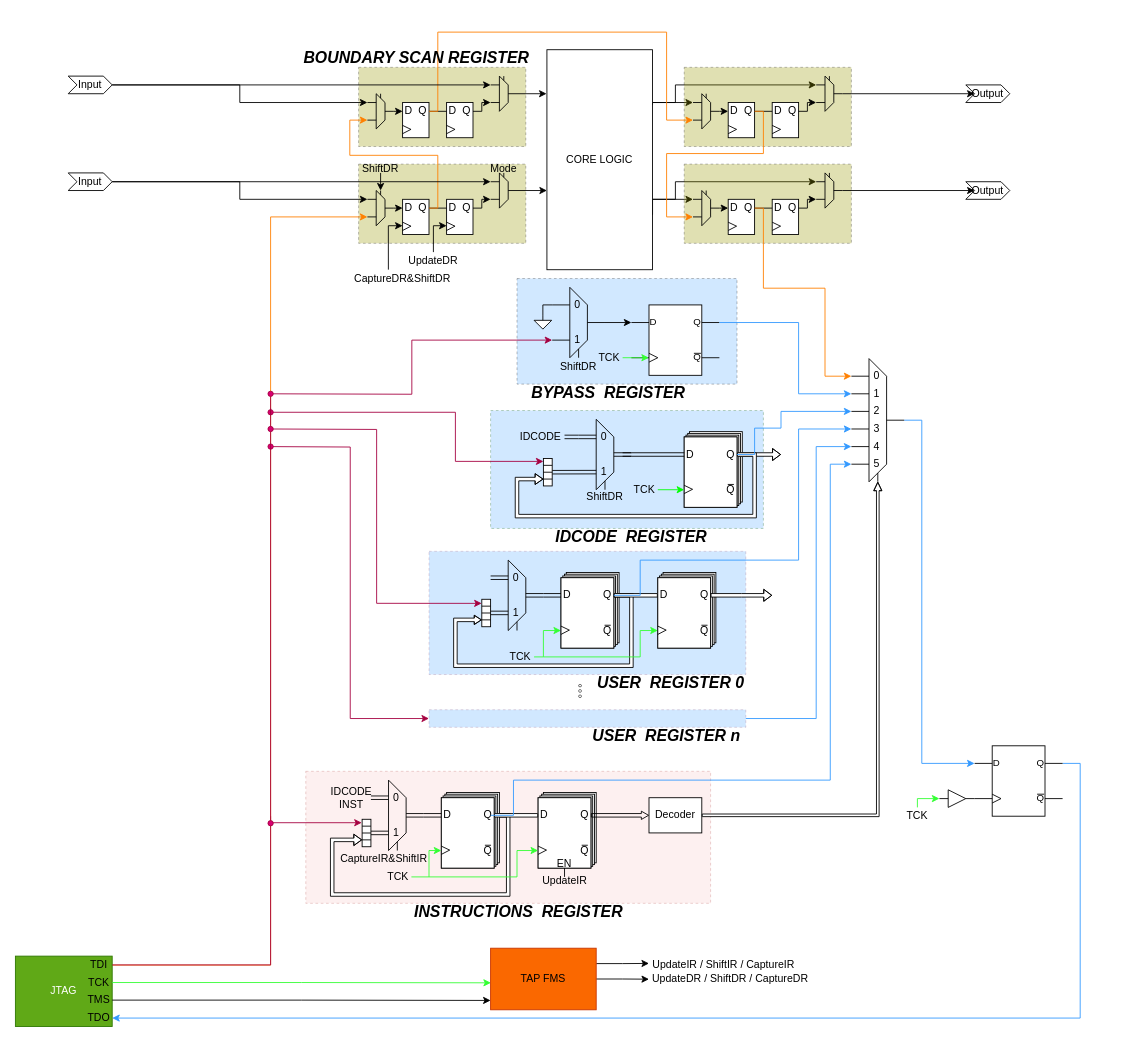
The draw.io diagram JTAG.drawio in Verdvana/JTAG, before the edit. Source tidied: cells renumbered, new cells numbered last; positions are measured from the earlier drawing's top-left corner, leaving out a move shared by most shapes. Both pictures are drawn from the tidied source at 88%, with x=0, y=0 at pixel (15, 32).
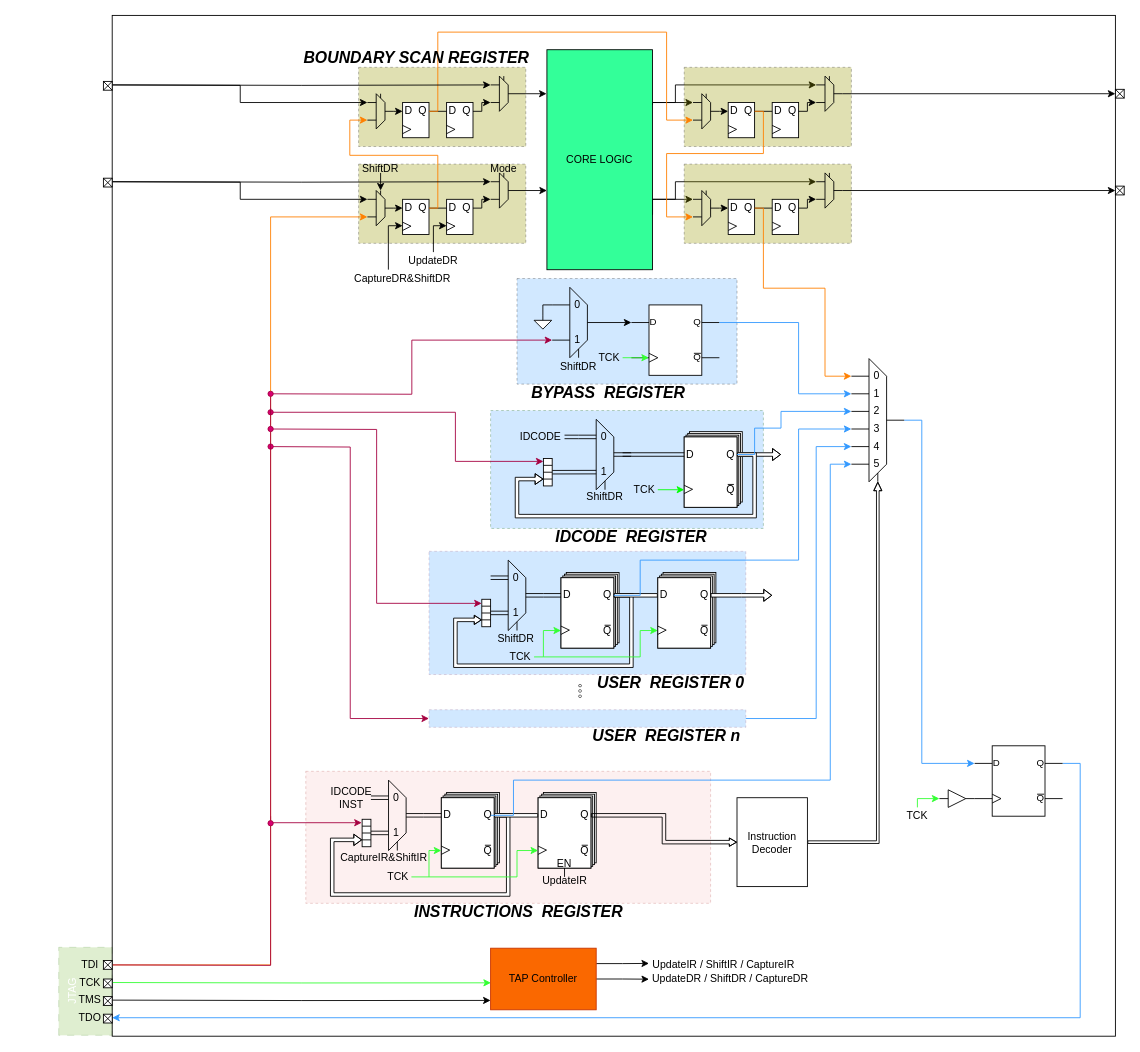
The same page after the edit.

Unchanged cells that the change refers to:
```xml
<mxCell id="159" style="verticalLabelPosition=bottom;shadow=0;dashed=0;align=center;html=1;verticalAlign=top;shape=mxgraph.electrical.logic_gates.d_type_flip-flop;" parent="1" vertex="1">
  <mxGeometry x="1090" y="811" width="100" height="80" as="geometry" />
</mxCell>
<mxCell id="183" style="group;" parent="1" vertex="1">
  <mxGeometry x="540" y="160" width="30" height="40" as="geometry" />
</mxCell>
<mxCell id="193" style="group;" parent="1" vertex="1">
  <mxGeometry x="400" y="180" width="30" height="40" as="geometry" />
</mxCell>
<mxCell id="216" style="group;" parent="1" vertex="1">
  <mxGeometry x="540" y="50" width="30" height="40" as="geometry" />
</mxCell>
<mxCell id="226" style="group;" parent="1" vertex="1">
  <mxGeometry x="400" y="70" width="30" height="40" as="geometry" />
</mxCell>
<mxCell id="257" style="group;" parent="1" vertex="1">
  <mxGeometry x="910" y="160" width="30" height="40" as="geometry" />
</mxCell>
<mxCell id="293" style="group;" parent="1" vertex="1">
  <mxGeometry x="910" y="50" width="30" height="40" as="geometry" />
</mxCell>
<mxCell id="374" style="ellipse;whiteSpace=wrap;html=1;fillColor=#d80073;fontColor=#ffffff;strokeColor=#A50040;" parent="1" vertex="1">
  <mxGeometry x="287" y="896" width="6" height="6" as="geometry" />
</mxCell>
```

What changed in the source:
```diff
@@
+    <mxCell id="157" value="JTAG&lt;div&gt;&lt;br&gt;&lt;/div&gt;&lt;div&gt;&lt;br&gt;&lt;/div&gt;" style="rounded=0;whiteSpace=wrap;html=1;points=[[0,0,0,0,0],[0,0.25,0,0,0],[0,0.5,0,0,0],[0,0.75,0,0,0],[0,1,0,0,0],[0.25,0,0,0,0],[0.25,1,0,0,0],[0.5,0,0,0,0],[0.5,1,0,0,0],[0.75,0,0,0,0],[0.75,1,0,0,0],[1,0,0,0,0],[1,0.14,0,0,-1],[1,0.38,0,0,-1],[1,0.64,0,0,-1],[1,0.88,0,0,0],[1,1,0,0,0]];fillColor=#60a917;fontColor=#ffffff;strokeColor=#2D7600;dashed=1;dashPattern=8 8;opacity=20;rotation=-90;" parent="1" vertex="1">
+      <mxGeometry x="29.6" y="1059.6" width="100" height="60.8" as="geometry" />
+    </mxCell>
+    <mxCell id="394" style="rounded=0;whiteSpace=wrap;html=1;fillColor=none;" parent="1" vertex="1">
+      <mxGeometry x="110" y="-19" width="1140" height="1160" as="geometry" />
+    </mxCell>
@@
-    <mxCell id="147" value="TAP FMS" style="rounded=0;whiteSpace=wrap;html=1;fillColor=#fa6800;strokeColor=#C73500;fontColor=#000000;" parent="1" vertex="1">
+    <mxCell id="147" value="TAP Controller" style="rounded=0;whiteSpace=wrap;html=1;fillColor=#fa6800;strokeColor=#C73500;fontColor=#000000;" parent="1" vertex="1">
       <mxGeometry x="540" y="1041" width="120" height="70" as="geometry" />
     </mxCell>
@@
-    <mxCell id="151" style="edgeStyle=orthogonalEdgeStyle;rounded=0;jettySize=auto;html=1;entryX=1;entryY=0.88;entryDx=0;entryDy=0;entryPerimeter=0;exitX=1;exitY=0.25;exitDx=0;exitDy=0;exitPerimeter=0;fillColor=#0050ef;strokeColor=#3399FF;" parent="1" edge="1" source="159" target="157">
+    <mxCell id="151" style="edgeStyle=orthogonalEdgeStyle;rounded=0;jettySize=auto;html=1;entryX=1;entryY=0.5;entryDx=0;entryDy=0;exitX=1;exitY=0.25;exitDx=0;exitDy=0;exitPerimeter=0;fillColor=#0050ef;strokeColor=#3399FF;" parent="1" edge="1" source="159">
       <mxGeometry relative="1" as="geometry">
+        <mxPoint x="110" y="1120" as="targetPoint" />
         <Array as="points">
           <mxPoint x="1210" y="831" />
           <mxPoint x="1210" y="1120" />
         </Array>
       </mxGeometry>
     </mxCell>
@@
-    <mxCell id="156" style="edgeStyle=orthogonalEdgeStyle;rounded=0;jettySize=auto;html=1;exitX=1;exitY=0.14;exitDx=0;exitDy=-1;exitPerimeter=0;fillColor=#fa6800;strokeColor=#FF8000;entryX=0;entryY=0.75;entryDx=0;entryDy=0;" parent="1" edge="1" source="157" target="193">
+    <mxCell id="156" style="edgeStyle=orthogonalEdgeStyle;rounded=0;jettySize=auto;html=1;exitX=1;exitY=0.5;exitDx=0;exitDy=0;fillColor=#fa6800;strokeColor=#FF8000;entryX=0;entryY=0.75;entryDx=0;entryDy=0;" parent="1" edge="1" target="193">
       <mxGeometry relative="1" as="geometry">
+        <mxPoint x="110" y="1060" as="sourcePoint" />
         <Array as="points">
           <mxPoint x="290" y="1060" />
           <mxPoint x="290" y="210" />
         </Array>
       </mxGeometry>
     </mxCell>
-    <mxCell id="157" value="JTAG" style="rounded=0;whiteSpace=wrap;html=1;points=[[0,0,0,0,0],[0,0.25,0,0,0],[0,0.5,0,0,0],[0,0.75,0,0,0],[0,1,0,0,0],[0.25,0,0,0,0],[0.25,1,0,0,0],[0.5,0,0,0,0],[0.5,1,0,0,0],[0.75,0,0,0,0],[0.75,1,0,0,0],[1,0,0,0,0],[1,0.14,0,0,-1],[1,0.38,0,0,-1],[1,0.64,0,0,-1],[1,0.88,0,0,0],[1,1,0,0,0]];fillColor=#60a917;fontColor=#ffffff;strokeColor=#2D7600;" parent="1" vertex="1">
-      <mxGeometry y="1050" width="110" height="80" as="geometry" />
-    </mxCell>
@@
-    <mxCell id="168" value="Decoder" style="rounded=0;whiteSpace=wrap;html=1;" parent="1" vertex="1">
-      <mxGeometry x="720" y="870" width="60" height="40" as="geometry" />
+    <mxCell id="168" value="Instruction&lt;div&gt;Decoder&lt;/div&gt;" style="rounded=0;whiteSpace=wrap;html=1;" parent="1" vertex="1">
+      <mxGeometry x="820" y="870" width="80" height="101" as="geometry" />
     </mxCell>
@@
-    <mxCell id="241" value="&lt;div&gt;CORE LOGIC&lt;/div&gt;" style="rounded=0;whiteSpace=wrap;html=1;" parent="1" vertex="1">
+    <mxCell id="241" value="&lt;div&gt;CORE LOGIC&lt;/div&gt;" style="rounded=0;whiteSpace=wrap;html=1;fillColor=#33FF99;" parent="1" vertex="1">
       <mxGeometry x="604" y="20" width="120" height="250" as="geometry" />
     </mxCell>
@@
-    <mxCell id="256" style="edgeStyle=orthogonalEdgeStyle;rounded=0;jettySize=auto;html=1;exitX=1;exitY=0.5;exitDx=0;exitDy=0;entryX=0;entryY=0.5;entryDx=0;entryDy=0;" parent="1" edge="1" source="257" target="324">
+    <mxCell id="256" style="edgeStyle=orthogonalEdgeStyle;rounded=0;jettySize=auto;html=1;exitX=1;exitY=0.5;exitDx=0;exitDy=0;entryX=0;entryY=0.5;entryDx=0;entryDy=0;" parent="1" edge="1" source="257" target="424">
       <mxGeometry relative="1" as="geometry" />
     </mxCell>
@@
-    <mxCell id="292" style="edgeStyle=orthogonalEdgeStyle;rounded=0;jettySize=auto;html=1;exitX=1;exitY=0.5;exitDx=0;exitDy=0;entryX=0;entryY=0.5;entryDx=0;entryDy=0;" parent="1" edge="1" source="293" target="323">
+    <mxCell id="292" style="edgeStyle=orthogonalEdgeStyle;rounded=0;jettySize=auto;html=1;exitX=1;exitY=0.5;exitDx=0;exitDy=0;entryX=0;entryY=0.5;entryDx=0;entryDy=0;" parent="1" edge="1" source="293" target="420">
       <mxGeometry relative="1" as="geometry" />
     </mxCell>
@@
-    <mxCell id="317" style="edgeStyle=orthogonalEdgeStyle;rounded=0;jettySize=auto;html=1;exitX=1;exitY=0.5;exitDx=0;exitDy=0;entryX=0;entryY=0.25;entryDx=0;entryDy=0;" parent="1" edge="1" source="319" target="226">
-      <mxGeometry relative="1" as="geometry" />
+    <mxCell id="317" style="edgeStyle=orthogonalEdgeStyle;rounded=0;jettySize=auto;html=1;exitX=1;exitY=0.5;exitDx=0;exitDy=0;entryX=0;entryY=0.25;entryDx=0;entryDy=0;" parent="1" edge="1" target="226">
+      <mxGeometry relative="1" as="geometry">
+        <mxPoint x="110" y="60" as="sourcePoint" />
+      </mxGeometry>
     </mxCell>
-    <mxCell id="318" style="edgeStyle=orthogonalEdgeStyle;rounded=0;jettySize=auto;html=1;exitX=1;exitY=0.5;exitDx=0;exitDy=0;entryX=0;entryY=0.25;entryDx=0;entryDy=0;" parent="1" edge="1" source="319" target="216">
-      <mxGeometry relative="1" as="geometry" />
+    <mxCell id="318" style="edgeStyle=orthogonalEdgeStyle;rounded=0;jettySize=auto;html=1;exitX=1;exitY=0.5;exitDx=0;exitDy=0;entryX=0;entryY=0.25;entryDx=0;entryDy=0;" parent="1" edge="1" target="216">
+      <mxGeometry relative="1" as="geometry">
+        <mxPoint x="110" y="60" as="sourcePoint" />
+      </mxGeometry>
     </mxCell>
-    <mxCell id="319" value="Input" style="shape=step;perimeter=stepPerimeter;whiteSpace=wrap;html=1;fixedSize=1;size=10;" parent="1" vertex="1">
-      <mxGeometry x="60" y="50" width="50" height="20" as="geometry" />
-    </mxCell>
-    <mxCell id="320" style="edgeStyle=orthogonalEdgeStyle;rounded=0;jettySize=auto;html=1;exitX=1;exitY=0.5;exitDx=0;exitDy=0;entryX=0;entryY=0.25;entryDx=0;entryDy=0;" parent="1" edge="1" source="322" target="193">
-      <mxGeometry relative="1" as="geometry" />
+    <mxCell id="320" style="edgeStyle=orthogonalEdgeStyle;rounded=0;jettySize=auto;html=1;exitX=1;exitY=0.5;exitDx=0;exitDy=0;entryX=0;entryY=0.25;entryDx=0;entryDy=0;" parent="1" edge="1" target="193">
+      <mxGeometry relative="1" as="geometry">
+        <mxPoint x="110" y="170" as="sourcePoint" />
+      </mxGeometry>
     </mxCell>
-    <mxCell id="321" style="edgeStyle=orthogonalEdgeStyle;rounded=0;jettySize=auto;html=1;exitX=1;exitY=0.5;exitDx=0;exitDy=0;entryX=0;entryY=0.25;entryDx=0;entryDy=0;" parent="1" edge="1" source="322" target="183">
-      <mxGeometry relative="1" as="geometry" />
+    <mxCell id="321" style="edgeStyle=orthogonalEdgeStyle;rounded=0;jettySize=auto;html=1;exitX=1;exitY=0.5;exitDx=0;exitDy=0;entryX=0;entryY=0.25;entryDx=0;entryDy=0;" parent="1" edge="1" target="183">
+      <mxGeometry relative="1" as="geometry">
+        <mxPoint x="110" y="170" as="sourcePoint" />
+      </mxGeometry>
     </mxCell>
-    <mxCell id="322" value="Input" style="shape=step;perimeter=stepPerimeter;whiteSpace=wrap;html=1;fixedSize=1;size=10;" parent="1" vertex="1">
-      <mxGeometry x="60" y="160" width="50" height="20" as="geometry" />
-    </mxCell>
-    <mxCell id="323" value="Output" style="shape=step;perimeter=stepPerimeter;whiteSpace=wrap;html=1;fixedSize=1;size=10;" parent="1" vertex="1">
-      <mxGeometry x="1080" y="60" width="50" height="20" as="geometry" />
-    </mxCell>
-    <mxCell id="324" value="Output" style="shape=step;perimeter=stepPerimeter;whiteSpace=wrap;html=1;fixedSize=1;size=10;" parent="1" vertex="1">
-      <mxGeometry x="1080" y="170" width="50" height="20" as="geometry" />
-    </mxCell>
@@
     <mxCell id="339" value="CaptureIR&amp;amp;ShiftIR" style="text;strokeColor=none;align=center;fillColor=none;html=1;verticalAlign=middle;whiteSpace=wrap;rounded=0;" parent="1" vertex="1">
-      <mxGeometry x="404" y="930" width="30" height="20" as="geometry" />
+      <mxGeometry x="404" y="933" width="30" height="9" as="geometry" />
     </mxCell>
@@
-    <mxCell id="358" value="TCK" style="text;strokeColor=none;align=center;fillColor=none;html=1;verticalAlign=middle;whiteSpace=wrap;rounded=0;" parent="1" vertex="1">
-      <mxGeometry x="80" y="1070" width="30" height="20" as="geometry" />
-    </mxCell>
-    <mxCell id="359" value="TDI" style="text;strokeColor=none;align=center;fillColor=none;html=1;verticalAlign=middle;whiteSpace=wrap;rounded=0;" parent="1" vertex="1">
-      <mxGeometry x="80" y="1050" width="30" height="20" as="geometry" />
-    </mxCell>
-    <mxCell id="360" value="TDO" style="text;strokeColor=none;align=center;fillColor=none;html=1;verticalAlign=middle;whiteSpace=wrap;rounded=0;" parent="1" vertex="1">
-      <mxGeometry x="80" y="1110" width="30" height="20" as="geometry" />
-    </mxCell>
-    <mxCell id="361" value="TMS" style="text;strokeColor=none;align=center;fillColor=none;html=1;verticalAlign=middle;whiteSpace=wrap;rounded=0;" parent="1" vertex="1">
-      <mxGeometry x="80" y="1090" width="30" height="20" as="geometry" />
-    </mxCell>
-    <mxCell id="362" style="edgeStyle=orthogonalEdgeStyle;rounded=0;jettySize=auto;html=1;exitX=1;exitY=0.5;exitDx=0;exitDy=0;entryX=0.003;entryY=0.562;entryDx=0;entryDy=0;entryPerimeter=0;fillColor=#008a00;strokeColor=#33FF33;" parent="1" edge="1" source="358" target="147">
-      <mxGeometry relative="1" as="geometry" />
+    <mxCell id="362" style="edgeStyle=orthogonalEdgeStyle;rounded=0;jettySize=auto;html=1;exitX=1;exitY=0.5;exitDx=0;exitDy=0;entryX=0.003;entryY=0.562;entryDx=0;entryDy=0;entryPerimeter=0;fillColor=#008a00;strokeColor=#33FF33;" parent="1" edge="1" target="147">
+      <mxGeometry relative="1" as="geometry">
+        <mxPoint x="110" y="1080" as="sourcePoint" />
+      </mxGeometry>
     </mxCell>
-    <mxCell id="363" style="edgeStyle=orthogonalEdgeStyle;rounded=0;jettySize=auto;html=1;exitX=1;exitY=0.5;exitDx=0;exitDy=0;entryX=0;entryY=0.848;entryDx=0;entryDy=0;entryPerimeter=0;" parent="1" edge="1" source="361" target="147">
-      <mxGeometry relative="1" as="geometry" />
+    <mxCell id="363" style="edgeStyle=orthogonalEdgeStyle;rounded=0;jettySize=auto;html=1;exitX=1;exitY=0.5;exitDx=0;exitDy=0;entryX=0;entryY=0.848;entryDx=0;entryDy=0;entryPerimeter=0;" parent="1" edge="1" target="147">
+      <mxGeometry relative="1" as="geometry">
+        <mxPoint x="110" y="1100" as="sourcePoint" />
+      </mxGeometry>
     </mxCell>
@@
-    <mxCell id="373" style="edgeStyle=orthogonalEdgeStyle;rounded=0;jettySize=auto;html=1;fillColor=#d80073;strokeColor=#A50040;endArrow=none;endFill=0;" parent="1" edge="1" target="374">
+    <mxCell id="373" style="edgeStyle=orthogonalEdgeStyle;rounded=0;jettySize=auto;html=1;fillColor=#d80073;strokeColor=#A50040;endArrow=none;endFill=0;exitX=1;exitY=0.5;exitDx=0;exitDy=0;" parent="1" edge="1" target="374">
       <mxGeometry relative="1" as="geometry">
         <mxPoint x="110" y="1060" as="sourcePoint" />
-        <Array as="points">
-          <mxPoint x="290" y="1060" />
-        </Array>
       </mxGeometry>
     </mxCell>
@@
+    <mxCell id="358" value="TCK" style="text;strokeColor=none;align=center;fillColor=none;html=1;verticalAlign=middle;whiteSpace=wrap;rounded=0;" parent="1" vertex="1">
+      <mxGeometry x="70" y="1070" width="30" height="20" as="geometry" />
+    </mxCell>
+    <mxCell id="359" value="TDI" style="text;strokeColor=none;align=center;fillColor=none;html=1;verticalAlign=middle;whiteSpace=wrap;rounded=0;" parent="1" vertex="1">
+      <mxGeometry x="70" y="1050" width="30" height="20" as="geometry" />
+    </mxCell>
+    <mxCell id="360" value="TDO" style="text;strokeColor=none;align=center;fillColor=none;html=1;verticalAlign=middle;whiteSpace=wrap;rounded=0;" parent="1" vertex="1">
+      <mxGeometry x="70" y="1110" width="30" height="20" as="geometry" />
+    </mxCell>
+    <mxCell id="361" value="TMS" style="text;strokeColor=none;align=center;fillColor=none;html=1;verticalAlign=middle;whiteSpace=wrap;rounded=0;" parent="1" vertex="1">
+      <mxGeometry x="70" y="1090" width="30" height="20" as="geometry" />
+    </mxCell>
+    <mxCell id="395" style="group;" parent="1" vertex="1">
+      <mxGeometry x="100" y="1055" width="10" height="10" as="geometry" />
+    </mxCell>
+    <mxCell id="396" style="whiteSpace=wrap;html=1;" parent="395" vertex="1">
+      <mxGeometry width="10" height="10" as="geometry" />
+    </mxCell>
+    <mxCell id="397" style="endArrow=none;html=1;rounded=0;entryX=0;entryY=0;entryDx=0;entryDy=0;exitX=1;exitY=1;exitDx=0;exitDy=0;" parent="395" edge="1" source="396" target="396">
+      <mxGeometry relative="1" as="geometry" />
+    </mxCell>
+    <mxCell id="398" style="endArrow=none;html=1;rounded=0;entryX=1;entryY=0;entryDx=0;entryDy=0;exitX=0;exitY=1;exitDx=0;exitDy=0;" parent="395" edge="1" source="396" target="396">
+      <mxGeometry relative="1" as="geometry" />
+    </mxCell>
+    <mxCell id="399" style="group;" parent="1" vertex="1">
+      <mxGeometry x="100" y="1076" width="10" height="10" as="geometry" />
+    </mxCell>
+    <mxCell id="400" style="whiteSpace=wrap;html=1;" parent="399" vertex="1">
+      <mxGeometry width="10" height="10" as="geometry" />
+    </mxCell>
+    <mxCell id="401" style="endArrow=none;html=1;rounded=0;entryX=0;entryY=0;entryDx=0;entryDy=0;exitX=1;exitY=1;exitDx=0;exitDy=0;" parent="399" edge="1" source="400" target="400">
+      <mxGeometry relative="1" as="geometry" />
+    </mxCell>
+    <mxCell id="402" style="endArrow=none;html=1;rounded=0;entryX=1;entryY=0;entryDx=0;entryDy=0;exitX=0;exitY=1;exitDx=0;exitDy=0;" parent="399" edge="1" source="400" target="400">
+      <mxGeometry relative="1" as="geometry" />
+    </mxCell>
+    <mxCell id="403" style="group;" parent="1" vertex="1">
+      <mxGeometry x="100" y="1096" width="10" height="10" as="geometry" />
+    </mxCell>
+    <mxCell id="404" style="whiteSpace=wrap;html=1;" parent="403" vertex="1">
+      <mxGeometry width="10" height="10" as="geometry" />
+    </mxCell>
+    <mxCell id="405" style="endArrow=none;html=1;rounded=0;entryX=0;entryY=0;entryDx=0;entryDy=0;exitX=1;exitY=1;exitDx=0;exitDy=0;" parent="403" edge="1" source="404" target="404">
+      <mxGeometry relative="1" as="geometry" />
+    </mxCell>
+    <mxCell id="406" style="endArrow=none;html=1;rounded=0;entryX=1;entryY=0;entryDx=0;entryDy=0;exitX=0;exitY=1;exitDx=0;exitDy=0;" parent="403" edge="1" source="404" target="404">
+      <mxGeometry relative="1" as="geometry" />
+    </mxCell>
+    <mxCell id="407" style="group;" parent="1" vertex="1">
+      <mxGeometry x="100" y="1116" width="10" height="10" as="geometry" />
+    </mxCell>
+    <mxCell id="408" style="whiteSpace=wrap;html=1;" parent="407" vertex="1">
+      <mxGeometry width="10" height="10" as="geometry" />
+    </mxCell>
+    <mxCell id="409" style="endArrow=none;html=1;rounded=0;entryX=0;entryY=0;entryDx=0;entryDy=0;exitX=1;exitY=1;exitDx=0;exitDy=0;" parent="407" edge="1" source="408" target="408">
+      <mxGeometry relative="1" as="geometry" />
+    </mxCell>
+    <mxCell id="410" style="endArrow=none;html=1;rounded=0;entryX=1;entryY=0;entryDx=0;entryDy=0;exitX=0;exitY=1;exitDx=0;exitDy=0;" parent="407" edge="1" source="408" target="408">
+      <mxGeometry relative="1" as="geometry" />
+    </mxCell>
+    <mxCell id="411" style="group;" parent="1" vertex="1">
+      <mxGeometry x="100" y="166" width="10" height="10" as="geometry" />
+    </mxCell>
+    <mxCell id="412" style="whiteSpace=wrap;html=1;" parent="411" vertex="1">
+      <mxGeometry width="10" height="10" as="geometry" />
+    </mxCell>
+    <mxCell id="413" style="endArrow=none;html=1;rounded=0;entryX=0;entryY=0;entryDx=0;entryDy=0;exitX=1;exitY=1;exitDx=0;exitDy=0;" parent="411" edge="1" source="412" target="412">
+      <mxGeometry relative="1" as="geometry" />
+    </mxCell>
+    <mxCell id="414" style="endArrow=none;html=1;rounded=0;entryX=1;entryY=0;entryDx=0;entryDy=0;exitX=0;exitY=1;exitDx=0;exitDy=0;" parent="411" edge="1" source="412" target="412">
+      <mxGeometry relative="1" as="geometry" />
+    </mxCell>
+    <mxCell id="415" style="group;" parent="1" vertex="1">
+      <mxGeometry x="100" y="56" width="10" height="10" as="geometry" />
+    </mxCell>
+    <mxCell id="416" style="whiteSpace=wrap;html=1;" parent="415" vertex="1">
+      <mxGeometry width="10" height="10" as="geometry" />
+    </mxCell>
+    <mxCell id="417" style="endArrow=none;html=1;rounded=0;entryX=0;entryY=0;entryDx=0;entryDy=0;exitX=1;exitY=1;exitDx=0;exitDy=0;" parent="415" edge="1" source="416" target="416">
+      <mxGeometry relative="1" as="geometry" />
+    </mxCell>
+    <mxCell id="418" style="endArrow=none;html=1;rounded=0;entryX=1;entryY=0;entryDx=0;entryDy=0;exitX=0;exitY=1;exitDx=0;exitDy=0;" parent="415" edge="1" source="416" target="416">
+      <mxGeometry relative="1" as="geometry" />
+    </mxCell>
+    <mxCell id="419" style="group;" parent="1" vertex="1">
+      <mxGeometry x="1250" y="65" width="10" height="10" as="geometry" />
+    </mxCell>
+    <mxCell id="420" style="whiteSpace=wrap;html=1;" parent="419" vertex="1">
+      <mxGeometry width="10" height="10" as="geometry" />
+    </mxCell>
+    <mxCell id="421" style="endArrow=none;html=1;rounded=0;entryX=0;entryY=0;entryDx=0;entryDy=0;exitX=1;exitY=1;exitDx=0;exitDy=0;" parent="419" edge="1" source="420" target="420">
+      <mxGeometry relative="1" as="geometry" />
+    </mxCell>
+    <mxCell id="422" style="endArrow=none;html=1;rounded=0;entryX=1;entryY=0;entryDx=0;entryDy=0;exitX=0;exitY=1;exitDx=0;exitDy=0;" parent="419" edge="1" source="420" target="420">
+      <mxGeometry relative="1" as="geometry" />
+    </mxCell>
+    <mxCell id="423" style="group;" parent="1" vertex="1">
+      <mxGeometry x="1250" y="175" width="10" height="10" as="geometry" />
+    </mxCell>
+    <mxCell id="424" style="whiteSpace=wrap;html=1;" parent="423" vertex="1">
+      <mxGeometry width="10" height="10" as="geometry" />
+    </mxCell>
+    <mxCell id="425" style="endArrow=none;html=1;rounded=0;entryX=0;entryY=0;entryDx=0;entryDy=0;exitX=1;exitY=1;exitDx=0;exitDy=0;" parent="423" edge="1" source="424" target="424">
+      <mxGeometry relative="1" as="geometry" />
+    </mxCell>
+    <mxCell id="426" style="endArrow=none;html=1;rounded=0;entryX=1;entryY=0;entryDx=0;entryDy=0;exitX=0;exitY=1;exitDx=0;exitDy=0;" parent="423" edge="1" source="424" target="424">
+      <mxGeometry relative="1" as="geometry" />
+    </mxCell>
+    <mxCell id="427" value="ShiftDR" style="text;strokeColor=none;align=center;fillColor=none;html=1;verticalAlign=middle;whiteSpace=wrap;rounded=0;" parent="1" vertex="1">
+      <mxGeometry x="549.4" y="680" width="40" height="20" as="geometry" />
+    </mxCell>
```
